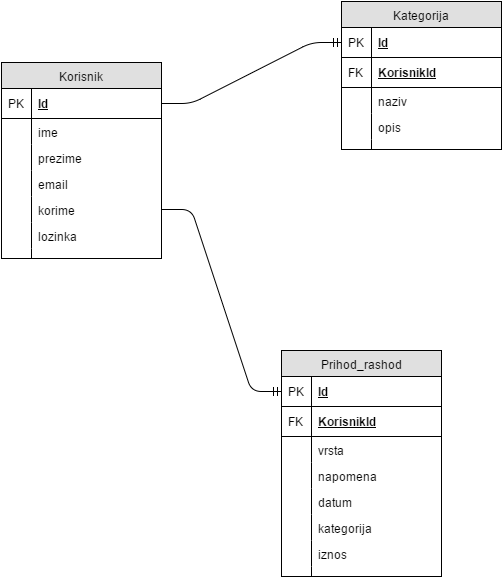
The draw.io diagram er.png in dhorvat3/Personal-Finance, before a commit. Source tidied: cells renumbered, new cells last; positions are measured from the earlier drawing's top-left corner, leaving out a move shared by most shapes.
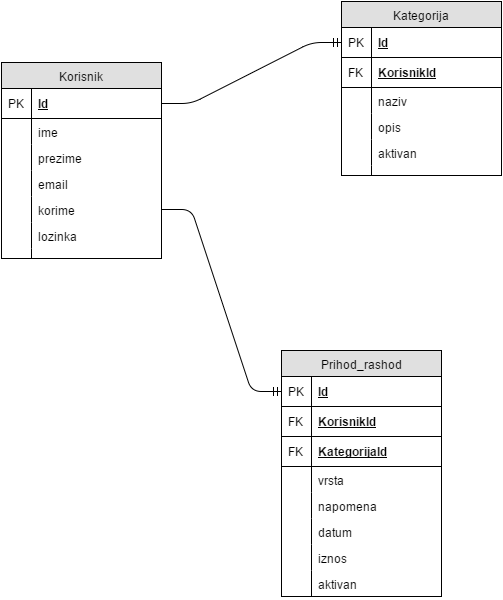
Later version of the same file.

Diff of the diagram source:
```diff
@@ -48,7 +48,7 @@
       <mxGeometry width="30" height="10" as="geometry" />
     </mxCell>
     <mxCell id="17" value="Prihod_rashod" style="swimlane;html=1;fontStyle=0;horizontal=1;startSize=26;fillColor=#e0e0e0;swimlaneFillColor=#ffffff;align=center;" parent="1" vertex="1">
-      <mxGeometry x="280" y="349" width="160" height="226" as="geometry" />
+      <mxGeometry x="280" y="349" width="160" height="246" as="geometry" />
     </mxCell>
     <mxCell id="18" value="Id" style="shape=partialRectangle;top=0;left=0;right=0;bottom=1;html=1;align=left;verticalAlign=middle;fillColor=none;spacingLeft=34;spacingRight=4;whiteSpace=wrap;overflow=hidden;points=[[0,0.5],[1,0.5]];portConstraint=eastwest;fontStyle=5;" parent="17" vertex="1">
       <mxGeometry y="26" width="160" height="30" as="geometry" />
@@ -62,44 +62,50 @@
     <mxCell id="21" value="FK" style="shape=partialRectangle;top=0;left=0;bottom=0;html=1;fillColor=none;align=left;verticalAlign=middle;spacingLeft=4;spacingRight=4;whiteSpace=wrap;overflow=hidden;" parent="20" vertex="1">
       <mxGeometry width="30" height="30" as="geometry" />
     </mxCell>
+    <mxCell id="47" value="KategorijaId" style="shape=partialRectangle;top=0;left=0;right=0;bottom=1;html=1;align=left;verticalAlign=middle;fillColor=none;spacingLeft=34;spacingRight=4;whiteSpace=wrap;overflow=hidden;fontStyle=5;" parent="17" vertex="1">
+      <mxGeometry y="86" width="160" height="30" as="geometry" />
+    </mxCell>
+    <mxCell id="48" value="FK" style="shape=partialRectangle;top=0;left=0;bottom=0;html=1;fillColor=none;align=left;verticalAlign=middle;spacingLeft=4;spacingRight=4;whiteSpace=wrap;overflow=hidden;" parent="47" vertex="1">
+      <mxGeometry width="30" height="30" as="geometry" />
+    </mxCell>
     <mxCell id="22" value="vrsta" style="shape=partialRectangle;top=0;left=0;right=0;bottom=0;html=1;align=left;verticalAlign=top;fillColor=none;spacingLeft=34;spacingRight=4;whiteSpace=wrap;overflow=hidden;" parent="17" vertex="1">
-      <mxGeometry y="86" width="160" height="26" as="geometry" />
+      <mxGeometry y="116" width="160" height="26" as="geometry" />
     </mxCell>
     <mxCell id="23" style="shape=partialRectangle;top=0;left=0;bottom=0;html=1;fillColor=none;align=left;verticalAlign=top;spacingLeft=4;spacingRight=4;whiteSpace=wrap;overflow=hidden;" parent="22" vertex="1">
       <mxGeometry width="30" height="26" as="geometry" />
     </mxCell>
     <mxCell id="24" value="napomena" style="shape=partialRectangle;top=0;left=0;right=0;bottom=0;html=1;align=left;verticalAlign=top;fillColor=none;spacingLeft=34;spacingRight=4;whiteSpace=wrap;overflow=hidden;" parent="17" vertex="1">
-      <mxGeometry y="112" width="160" height="26" as="geometry" />
+      <mxGeometry y="142" width="160" height="26" as="geometry" />
     </mxCell>
     <mxCell id="25" style="shape=partialRectangle;top=0;left=0;bottom=0;html=1;fillColor=none;align=left;verticalAlign=top;spacingLeft=4;spacingRight=4;whiteSpace=wrap;overflow=hidden;" parent="24" vertex="1">
       <mxGeometry width="30" height="26" as="geometry" />
     </mxCell>
     <mxCell id="26" value="datum" style="shape=partialRectangle;top=0;left=0;right=0;bottom=0;html=1;align=left;verticalAlign=top;fillColor=none;spacingLeft=34;spacingRight=4;whiteSpace=wrap;overflow=hidden;" parent="17" vertex="1">
-      <mxGeometry y="138" width="160" height="26" as="geometry" />
+      <mxGeometry y="168" width="160" height="26" as="geometry" />
     </mxCell>
     <mxCell id="27" style="shape=partialRectangle;top=0;left=0;bottom=0;html=1;fillColor=none;align=left;verticalAlign=top;spacingLeft=4;spacingRight=4;whiteSpace=wrap;overflow=hidden;" parent="26" vertex="1">
       <mxGeometry width="30" height="26" as="geometry" />
     </mxCell>
-    <mxCell id="28" value="kategorija" style="shape=partialRectangle;top=0;left=0;right=0;bottom=0;html=1;align=left;verticalAlign=top;fillColor=none;spacingLeft=34;spacingRight=4;whiteSpace=wrap;overflow=hidden;" parent="17" vertex="1">
-      <mxGeometry y="164" width="160" height="26" as="geometry" />
-    </mxCell>
-    <mxCell id="29" style="shape=partialRectangle;top=0;left=0;bottom=0;html=1;fillColor=none;align=left;verticalAlign=top;spacingLeft=4;spacingRight=4;whiteSpace=wrap;overflow=hidden;" parent="28" vertex="1">
-      <mxGeometry width="30" height="26" as="geometry" />
-    </mxCell>
     <mxCell id="30" value="iznos" style="shape=partialRectangle;top=0;left=0;right=0;bottom=0;html=1;align=left;verticalAlign=top;fillColor=none;spacingLeft=34;spacingRight=4;whiteSpace=wrap;overflow=hidden;" parent="17" vertex="1">
-      <mxGeometry y="190" width="160" height="26" as="geometry" />
+      <mxGeometry y="194" width="160" height="26" as="geometry" />
     </mxCell>
     <mxCell id="31" style="shape=partialRectangle;top=0;left=0;bottom=0;html=1;fillColor=none;align=left;verticalAlign=top;spacingLeft=4;spacingRight=4;whiteSpace=wrap;overflow=hidden;" parent="30" vertex="1">
       <mxGeometry width="30" height="26" as="geometry" />
     </mxCell>
+    <mxCell id="49" value="aktivan" style="shape=partialRectangle;top=0;left=0;right=0;bottom=0;html=1;align=left;verticalAlign=top;fillColor=none;spacingLeft=34;spacingRight=4;whiteSpace=wrap;overflow=hidden;" parent="17" vertex="1">
+      <mxGeometry y="220" width="160" height="26" as="geometry" />
+    </mxCell>
+    <mxCell id="50" style="shape=partialRectangle;top=0;left=0;bottom=0;html=1;fillColor=none;align=left;verticalAlign=top;spacingLeft=4;spacingRight=4;whiteSpace=wrap;overflow=hidden;" parent="49" vertex="1">
+      <mxGeometry width="30" height="26" as="geometry" />
+    </mxCell>
     <mxCell id="32" style="shape=partialRectangle;top=0;left=0;right=0;bottom=0;html=1;align=left;verticalAlign=top;fillColor=none;spacingLeft=34;spacingRight=4;whiteSpace=wrap;overflow=hidden;" parent="17" vertex="1">
-      <mxGeometry y="216" width="160" height="10" as="geometry" />
+      <mxGeometry y="246" width="160" as="geometry" />
     </mxCell>
     <mxCell id="33" style="shape=partialRectangle;top=0;left=0;bottom=0;html=1;fillColor=none;align=left;verticalAlign=top;spacingLeft=4;spacingRight=4;whiteSpace=wrap;overflow=hidden;" parent="32" vertex="1">
-      <mxGeometry width="30" height="10" as="geometry" />
+      <mxGeometry width="30" as="geometry" />
     </mxCell>
     <mxCell id="34" value="Kategorija" style="swimlane;html=1;fontStyle=0;horizontal=1;startSize=26;fillColor=#e0e0e0;swimlaneFillColor=#ffffff;align=center;" parent="1" vertex="1">
-      <mxGeometry x="340" width="160" height="148" as="geometry" />
+      <mxGeometry x="340" width="160" height="174" as="geometry" />
     </mxCell>
     <mxCell id="35" value="Id" style="shape=partialRectangle;top=0;left=0;right=0;bottom=1;html=1;align=left;verticalAlign=middle;fillColor=none;spacingLeft=34;spacingRight=4;whiteSpace=wrap;overflow=hidden;points=[[0,0.5],[1,0.5]];portConstraint=eastwest;fontStyle=5;" parent="34" vertex="1">
       <mxGeometry y="26" width="160" height="30" as="geometry" />
@@ -125,8 +131,14 @@
     <mxCell id="42" style="shape=partialRectangle;top=0;left=0;bottom=0;html=1;fillColor=none;align=left;verticalAlign=top;spacingLeft=4;spacingRight=4;whiteSpace=wrap;overflow=hidden;" parent="41" vertex="1">
       <mxGeometry width="30" height="26" as="geometry" />
     </mxCell>
+    <mxCell id="51" value="aktivan" style="shape=partialRectangle;top=0;left=0;right=0;bottom=0;html=1;align=left;verticalAlign=top;fillColor=none;spacingLeft=34;spacingRight=4;whiteSpace=wrap;overflow=hidden;" parent="34" vertex="1">
+      <mxGeometry y="138" width="160" height="26" as="geometry" />
+    </mxCell>
+    <mxCell id="52" style="shape=partialRectangle;top=0;left=0;bottom=0;html=1;fillColor=none;align=left;verticalAlign=top;spacingLeft=4;spacingRight=4;whiteSpace=wrap;overflow=hidden;" parent="51" vertex="1">
+      <mxGeometry width="30" height="26" as="geometry" />
+    </mxCell>
     <mxCell id="43" style="shape=partialRectangle;top=0;left=0;right=0;bottom=0;html=1;align=left;verticalAlign=top;fillColor=none;spacingLeft=34;spacingRight=4;whiteSpace=wrap;overflow=hidden;" parent="34" vertex="1">
-      <mxGeometry y="138" width="160" height="10" as="geometry" />
+      <mxGeometry y="164" width="160" height="10" as="geometry" />
     </mxCell>
     <mxCell id="44" style="shape=partialRectangle;top=0;left=0;bottom=0;html=1;fillColor=none;align=left;verticalAlign=top;spacingLeft=4;spacingRight=4;whiteSpace=wrap;overflow=hidden;" parent="43" vertex="1">
       <mxGeometry width="30" height="10" as="geometry" />
```
